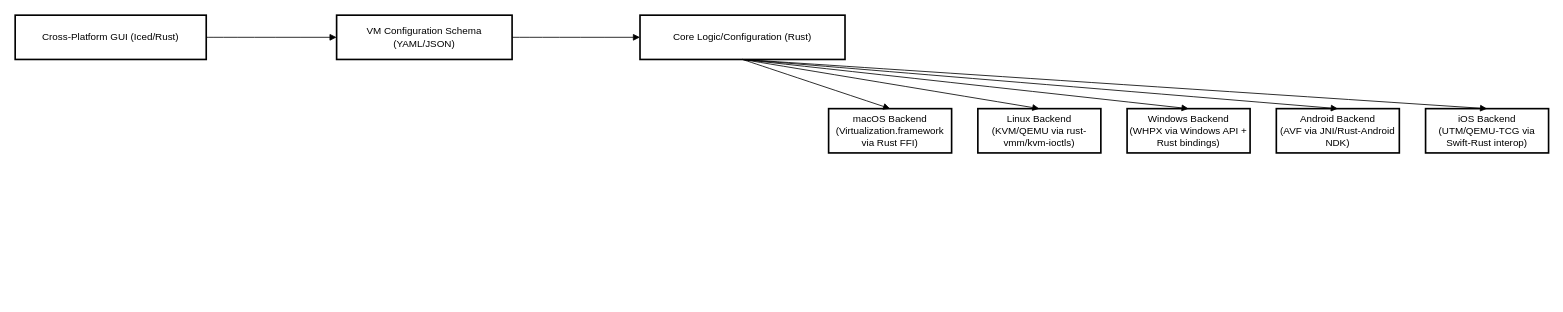
Above: crossplatform_virtualization_gui_app.drawio in aspauldingcode/Cross-Platform-Virtualization-Stack (draw.io), before the change. Source tidied: cells renumbered, new cells numbered last; positions are measured from the earlier drawing's top-left corner, leaving out a move shared by most shapes. Both pictures are drawn from the tidied source at 82%, with x=0, y=0 at pixel (15, 15).
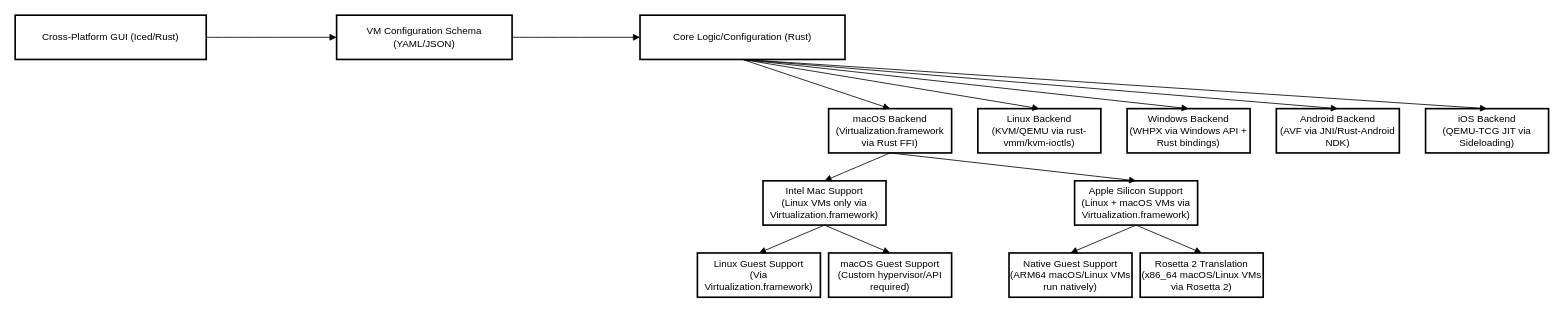
The same diagram, later.

The change refers to these unchanged cells:
```xml
<mxCell id="3" value="macOS Backend&#10;(Virtualization.framework via Rust FFI)" style="whiteSpace=wrap;strokeWidth=2;" parent="1" vertex="1">
  <mxGeometry x="992" y="114" width="150" height="54" as="geometry" />
</mxCell>
```

The edit, as a diff of the source:
```diff
@@
-    <mxCell id="8" value="iOS Backend&#10;(UTM/QEMU-TCG via Swift-Rust interop)" style="whiteSpace=wrap;strokeWidth=2;" parent="1" vertex="1">
+    <mxCell id="8" value="iOS Backend&#10;(QEMU-TCG JIT via Sideloading)" style="whiteSpace=wrap;strokeWidth=2;" parent="1" vertex="1">
       <mxGeometry x="1720" y="114" width="150" height="54" as="geometry" />
     </mxCell>
@@
+    <mxCell id="17" value="Intel Mac Support&#10;(Linux VMs only via Virtualization.framework)" style="whiteSpace=wrap;strokeWidth=2;" parent="1" vertex="1">
+      <mxGeometry x="912" y="202" width="150" height="54" as="geometry" />
+    </mxCell>
+    <mxCell id="18" value="Apple Silicon Support&#10;(Linux + macOS VMs via Virtualization.framework)" style="whiteSpace=wrap;strokeWidth=2;" parent="1" vertex="1">
+      <mxGeometry x="1292" y="202" width="150" height="54" as="geometry" />
+    </mxCell>
+    <mxCell id="19" style="curved=1;startArrow=none;endArrow=block;exitX=0.5;exitY=1;entryX=0.5;entryY=0;" parent="1" edge="1" source="3" target="17">
+      <mxGeometry relative="1" as="geometry" />
+    </mxCell>
+    <mxCell id="20" style="curved=1;startArrow=none;endArrow=block;exitX=0.5;exitY=1;entryX=0.5;entryY=0;" parent="1" edge="1" source="3" target="18">
+      <mxGeometry relative="1" as="geometry" />
+    </mxCell>
+    <mxCell id="21" value="Native Guest Support&#10;(ARM64 macOS/Linux VMs run natively)" style="whiteSpace=wrap;strokeWidth=2;" parent="1" vertex="1">
+      <mxGeometry x="1212" y="290" width="150" height="54" as="geometry" />
+    </mxCell>
+    <mxCell id="22" value="Rosetta 2 Translation&#10;(x86_64 macOS/Linux VMs via Rosetta 2)" style="whiteSpace=wrap;strokeWidth=2;" parent="1" vertex="1">
+      <mxGeometry x="1372" y="290" width="150" height="54" as="geometry" />
+    </mxCell>
+    <mxCell id="23" style="curved=1;startArrow=none;endArrow=block;exitX=0.5;exitY=1;entryX=0.5;entryY=0;" parent="1" edge="1" source="18" target="21">
+      <mxGeometry relative="1" as="geometry" />
+    </mxCell>
+    <mxCell id="24" style="curved=1;startArrow=none;endArrow=block;exitX=0.5;exitY=1;entryX=0.5;entryY=0;" parent="1" edge="1" source="18" target="22">
+      <mxGeometry relative="1" as="geometry" />
+    </mxCell>
+    <mxCell id="25" value="Linux Guest Support&#10;(Via Virtualization.framework)" style="whiteSpace=wrap;strokeWidth=2;" parent="1" vertex="1">
+      <mxGeometry x="832" y="290" width="150" height="54" as="geometry" />
+    </mxCell>
+    <mxCell id="26" value="macOS Guest Support&#10;(Custom hypervisor/API required)" style="whiteSpace=wrap;strokeWidth=2;" parent="1" vertex="1">
+      <mxGeometry x="992" y="290" width="150" height="54" as="geometry" />
+    </mxCell>
+    <mxCell id="27" style="curved=1;startArrow=none;endArrow=block;exitX=0.5;exitY=1;entryX=0.5;entryY=0;" parent="1" edge="1" source="17" target="25">
+      <mxGeometry relative="1" as="geometry" />
+    </mxCell>
+    <mxCell id="28" style="curved=1;startArrow=none;endArrow=block;exitX=0.5;exitY=1;entryX=0.5;entryY=0;" parent="1" edge="1" source="17" target="26">
+      <mxGeometry relative="1" as="geometry" />
+    </mxCell>
```
